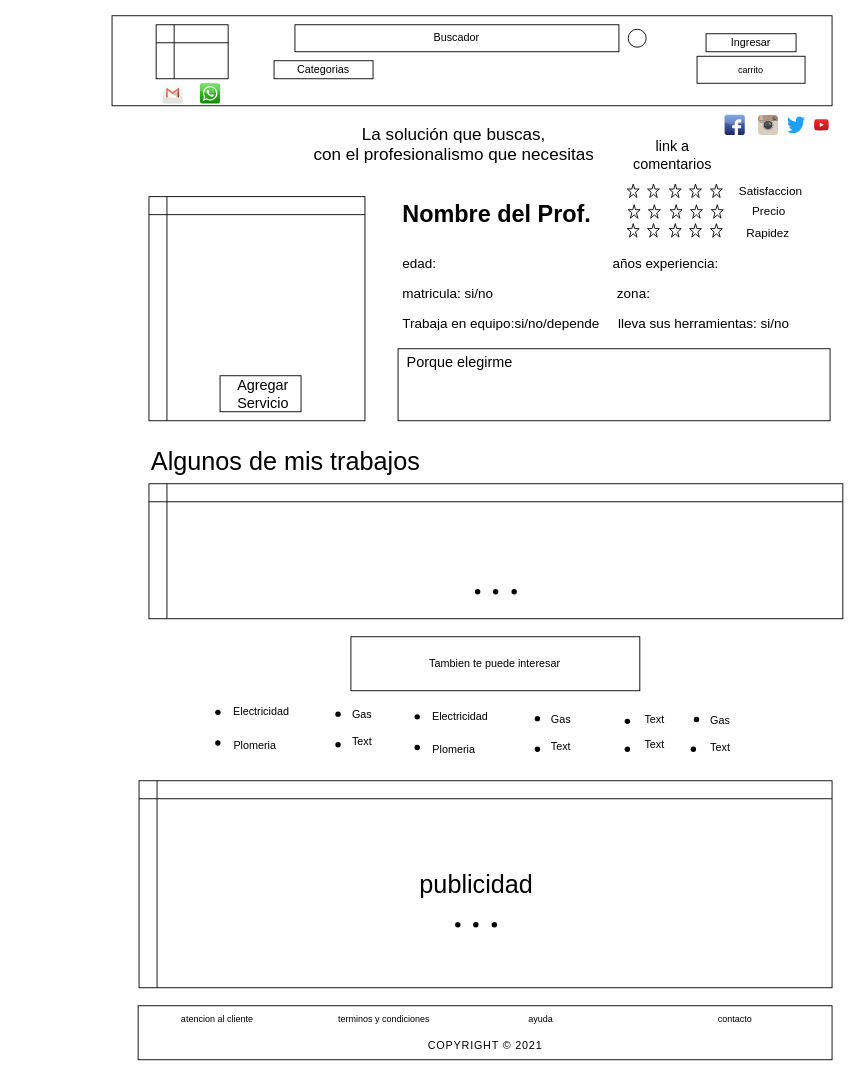
This is page "detalleDeProducto" (4 of 5) of Proyecto.drawio from LeonelNardo/Ejercitacion, a draw.io file, before an edit. Source tidied: cells renumbered, new cells numbered last; positions are measured from the earlier drawing's top-left corner, leaving out a move shared by most shapes. Both pictures are drawn from the tidied source at 90%, with x=0, y=0 at pixel (15, 15).
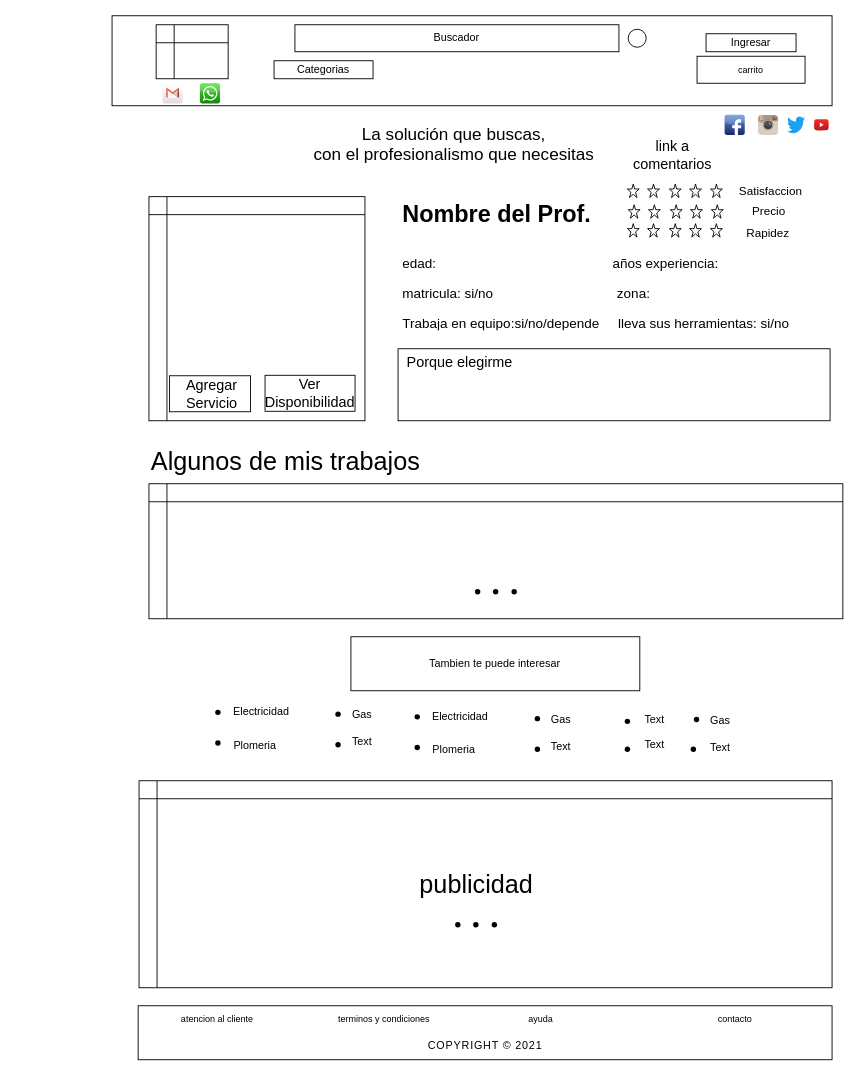
The same diagram, later.

Diff of the diagram source:
```diff
@@
     <mxCell id="58" style="rounded=0;whiteSpace=wrap;html=1;fontSize=16;fontColor=#000000;strokeWidth=1;" parent="1" vertex="1">
-      <mxGeometry x="227" y="400" width="90" height="40" as="geometry" />
+      <mxGeometry x="170.8" y="400" width="90" height="40" as="geometry" />
     </mxCell>
     <mxCell id="59" value="Agregar Servicio" style="text;html=1;strokeColor=none;fillColor=none;align=center;verticalAlign=middle;whiteSpace=wrap;rounded=0;fontSize=16;fontColor=#000000;" parent="1" vertex="1">
-      <mxGeometry x="244.5" y="416" width="60" height="7" as="geometry" />
+      <mxGeometry x="188.3" y="416" width="60" height="7" as="geometry" />
     </mxCell>
@@
+    <mxCell id="84" style="rounded=0;whiteSpace=wrap;html=1;fontSize=16;fontColor=#000000;strokeWidth=1;" parent="1" vertex="1">
+      <mxGeometry x="277" y="399.5" width="100" height="40" as="geometry" />
+    </mxCell>
+    <mxCell id="85" value="Ver&lt;br&gt;Disponibilidad" style="text;html=1;strokeColor=none;fillColor=none;align=center;verticalAlign=middle;whiteSpace=wrap;rounded=0;fontSize=16;fontColor=#000000;" parent="1" vertex="1">
+      <mxGeometry x="296.9" y="415.5" width="60" height="7" as="geometry" />
+    </mxCell>
```
